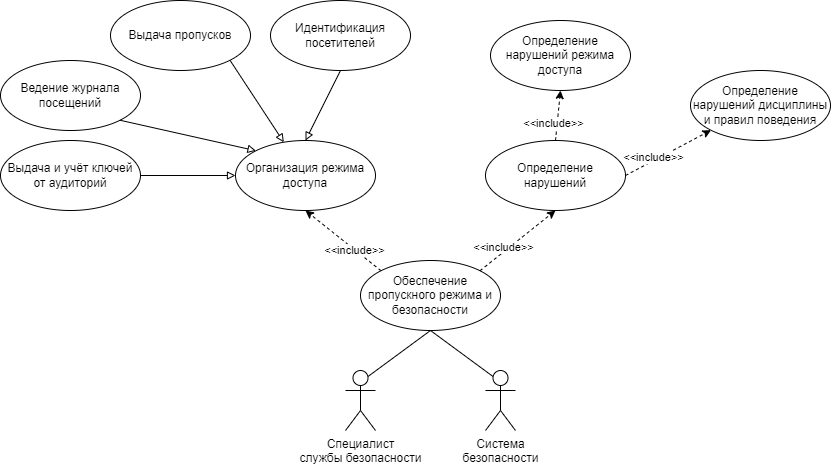
This is uml/Face_recognition_uml-decomposition_access_control.drawio.png from aaselivanov/ViolaJones_Sharp_Face_Recognition, a draw.io export, as it was before one commit. Source tidied: cells renumbered, new cells last; positions are measured from the earlier drawing's top-left corner, leaving out a move shared by most shapes.
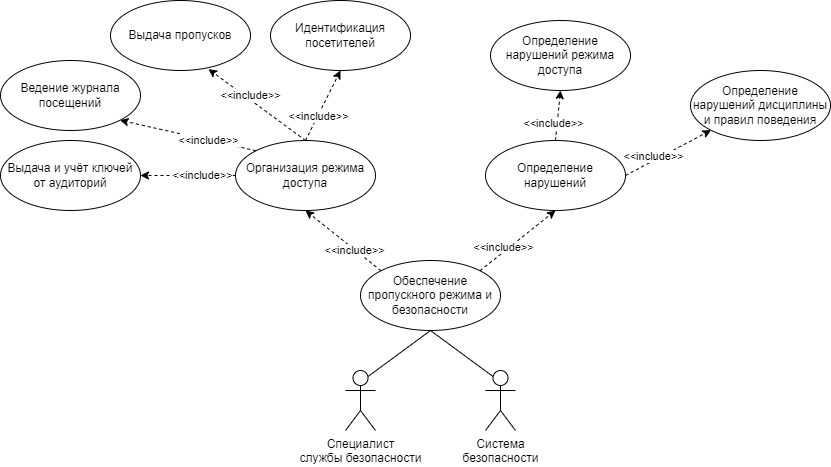
Above is the later version.

What changed in the source:
```diff
@@ -53,29 +53,43 @@
     <mxCell id="18" value="&amp;lt;&amp;lt;include&amp;gt;&amp;gt;" style="edgeLabel;html=1;align=center;verticalAlign=middle;" parent="17" vertex="1">
       <mxGeometry x="-0.32" y="4" relative="1" as="geometry" />
     </mxCell>
-    <mxCell id="19" style="edgeStyle=none;rounded=0;jettySize=auto;html=1;exitX=0.5;exitY=1;exitDx=0;exitDy=0;entryX=0.5;entryY=0;entryDx=0;entryDy=0;endArrow=block;endFill=0;" parent="1" edge="1" source="20" target="9">
-      <mxGeometry relative="1" as="geometry" />
-    </mxCell>
     <mxCell id="20" value="Идентификация посетителей" style="ellipse;whiteSpace=wrap;html=1;" parent="1" vertex="1">
       <mxGeometry x="270" width="140" height="70" as="geometry" />
     </mxCell>
     <mxCell id="21" value="Ведение журнала посещений" style="ellipse;whiteSpace=wrap;html=1;" parent="1" vertex="1">
       <mxGeometry y="60" width="140" height="70" as="geometry" />
     </mxCell>
-    <mxCell id="22" style="edgeStyle=none;rounded=0;jettySize=auto;html=1;exitX=1;exitY=0.5;exitDx=0;exitDy=0;entryX=0;entryY=0.5;entryDx=0;entryDy=0;endArrow=block;endFill=0;" parent="1" edge="1" source="23" target="9">
-      <mxGeometry relative="1" as="geometry" />
-    </mxCell>
     <mxCell id="23" value="Выдача и учёт ключей от аудиторий" style="ellipse;whiteSpace=wrap;html=1;" parent="1" vertex="1">
       <mxGeometry y="140" width="140" height="70" as="geometry" />
     </mxCell>
-    <mxCell id="24" style="edgeStyle=none;rounded=0;jettySize=auto;html=1;exitX=1;exitY=1;exitDx=0;exitDy=0;entryX=0;entryY=0;entryDx=0;entryDy=0;endArrow=block;endFill=0;" parent="1" edge="1" source="21" target="9">
-      <mxGeometry relative="1" as="geometry" />
-    </mxCell>
-    <mxCell id="25" style="edgeStyle=none;rounded=0;jettySize=auto;html=1;exitX=1;exitY=1;exitDx=0;exitDy=0;endArrow=block;endFill=0;" parent="1" edge="1" source="26" target="9">
-      <mxGeometry relative="1" as="geometry" />
-    </mxCell>
     <mxCell id="26" value="Выдача пропусков" style="ellipse;whiteSpace=wrap;html=1;" parent="1" vertex="1">
       <mxGeometry x="110" width="140" height="70" as="geometry" />
     </mxCell>
+    <mxCell id="27" style="edgeStyle=none;rounded=0;jettySize=auto;html=1;exitX=0;exitY=0.5;exitDx=0;exitDy=0;entryX=1;entryY=0.5;entryDx=0;entryDy=0;endArrow=classic;endFill=1;dashed=1;" parent="1" edge="1" source="9" target="23">
+      <mxGeometry relative="1" as="geometry" />
+    </mxCell>
+    <mxCell id="28" value="&amp;lt;&amp;lt;include&amp;gt;&amp;gt;" style="edgeLabel;html=1;align=center;verticalAlign=middle;" parent="27" vertex="1">
+      <mxGeometry x="-0.3" relative="1" as="geometry" />
+    </mxCell>
+    <mxCell id="29" style="edgeStyle=none;rounded=0;jettySize=auto;html=1;exitX=0;exitY=0;exitDx=0;exitDy=0;entryX=1;entryY=1;entryDx=0;entryDy=0;endArrow=classic;endFill=1;dashed=1;" parent="1" edge="1" source="9" target="21">
+      <mxGeometry relative="1" as="geometry" />
+    </mxCell>
+    <mxCell id="30" value="&amp;lt;&amp;lt;include&amp;gt;&amp;gt;" style="edgeLabel;html=1;align=center;verticalAlign=middle;" parent="29" vertex="1">
+      <mxGeometry x="-0.3" relative="1" as="geometry" />
+    </mxCell>
+    <mxCell id="31" style="edgeStyle=none;rounded=0;jettySize=auto;html=1;exitX=0.5;exitY=0;exitDx=0;exitDy=0;entryX=0.7;entryY=0.98;entryDx=0;entryDy=0;endArrow=classic;endFill=1;dashed=1;entryPerimeter=0;" parent="1" edge="1" source="9" target="26">
+      <mxGeometry relative="1" as="geometry" />
+    </mxCell>
+    <mxCell id="32" value="&amp;lt;&amp;lt;include&amp;gt;&amp;gt;" style="edgeLabel;html=1;align=center;verticalAlign=middle;" parent="31" vertex="1">
+      <mxGeometry x="-0.3" relative="1" as="geometry">
+        <mxPoint x="-21" y="-20" as="offset" />
+      </mxGeometry>
+    </mxCell>
+    <mxCell id="33" style="edgeStyle=none;rounded=0;jettySize=auto;html=1;exitX=0.5;exitY=0;exitDx=0;exitDy=0;entryX=0.5;entryY=1;entryDx=0;entryDy=0;endArrow=classic;endFill=1;dashed=1;" parent="1" edge="1" source="9" target="20">
+      <mxGeometry relative="1" as="geometry" />
+    </mxCell>
+    <mxCell id="34" value="&amp;lt;&amp;lt;include&amp;gt;&amp;gt;" style="edgeLabel;html=1;align=center;verticalAlign=middle;" parent="33" vertex="1">
+      <mxGeometry x="-0.3" relative="1" as="geometry" />
+    </mxCell>
   </root>
 </mxGraphModel>
```
